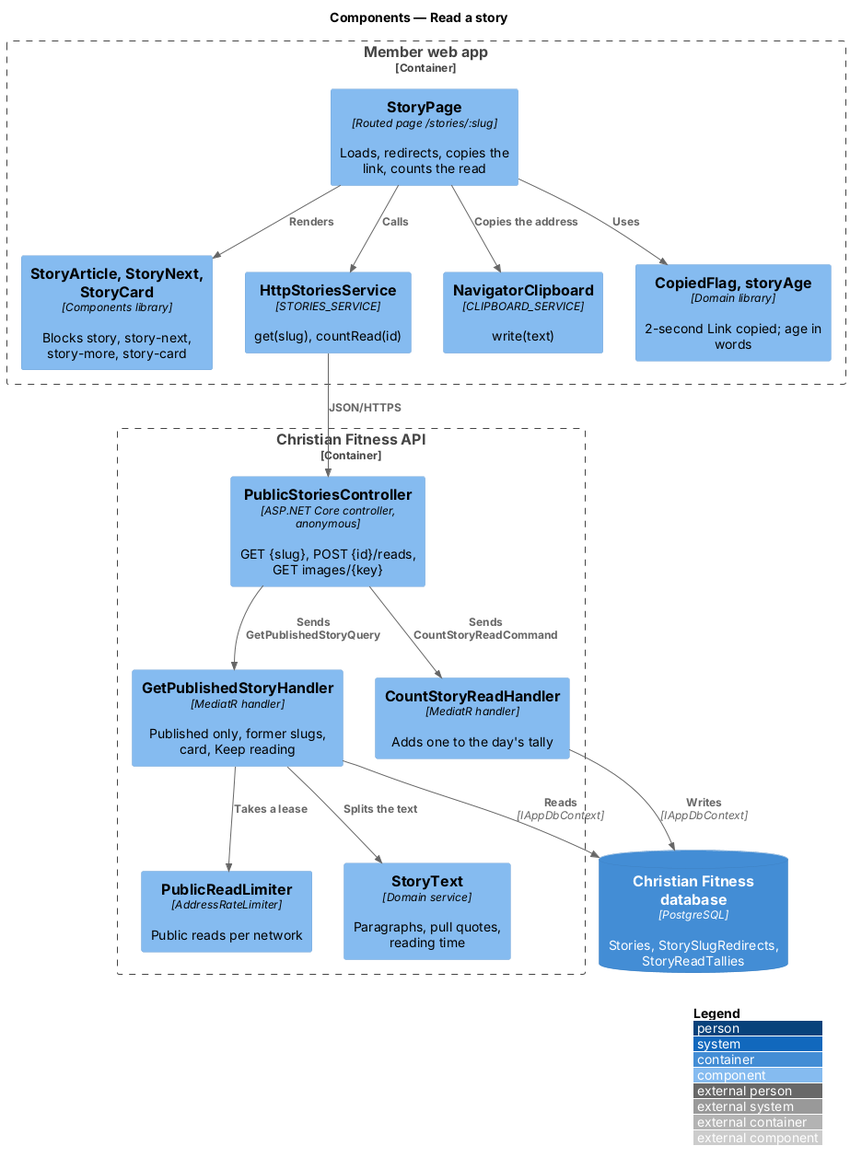
Above: docs/detailed-designs/news/read-story/diagrams/c4-component.png in QuinntyneBrown/christian-fitness (PlantUML), before the change. Its source is kept beside it as docs/detailed-designs/news/read-story/diagrams/c4-component.puml. Source of this version:
```plantuml
@startuml
!include <C4/C4_Component>
LAYOUT_WITH_LEGEND()
title Components — Read a story

Container_Boundary(web, "Member web app") {
  Component(page, "StoryPage", "Routed page /stories/:slug", "Loads, redirects, copies the link, counts the read")
  Component(article, "StoryArticle, StoryNext, StoryCard", "Components library", "Blocks story, story-next, story-more, story-card")
  Component(client, "HttpStoriesService", "STORIES_SERVICE", "get(slug), countRead(id)")
  Component(clip, "NavigatorClipboard", "CLIPBOARD_SERVICE", "write(text)")
  Component(copied, "CopiedFlag, storyAge", "Domain library", "2-second Link copied; age in words")
}
Container_Boundary(api, "Christian Fitness API") {
  Component(ctrl, "PublicStoriesController", "ASP.NET Core controller, anonymous", "GET {slug}, POST {id}/reads, GET images/{key}")
  Component(q, "GetPublishedStoryHandler", "MediatR handler", "Published only, former slugs, card, Keep reading")
  Component(c, "CountStoryReadHandler", "MediatR handler", "Adds one to the day's tally")
  Component(limit, "PublicReadLimiter", "AddressRateLimiter", "Public reads per network")
  Component(text, "StoryText", "Domain service", "Paragraphs, pull quotes, reading time")
}
ContainerDb(db, "Christian Fitness database", "PostgreSQL", "Stories, StorySlugRedirects, StoryReadTallies")
Rel(page, client, "Calls")
Rel(page, article, "Renders")
Rel(page, clip, "Copies the address")
Rel(page, copied, "Uses")
Rel(client, ctrl, "JSON/HTTPS")
Rel(ctrl, q, "Sends GetPublishedStoryQuery")
Rel(ctrl, c, "Sends CountStoryReadCommand")
Rel(q, limit, "Takes a lease")
Rel(q, text, "Splits the text")
Rel(q, db, "Reads", "IAppDbContext")
Rel(c, db, "Writes", "IAppDbContext")
@enduml
```
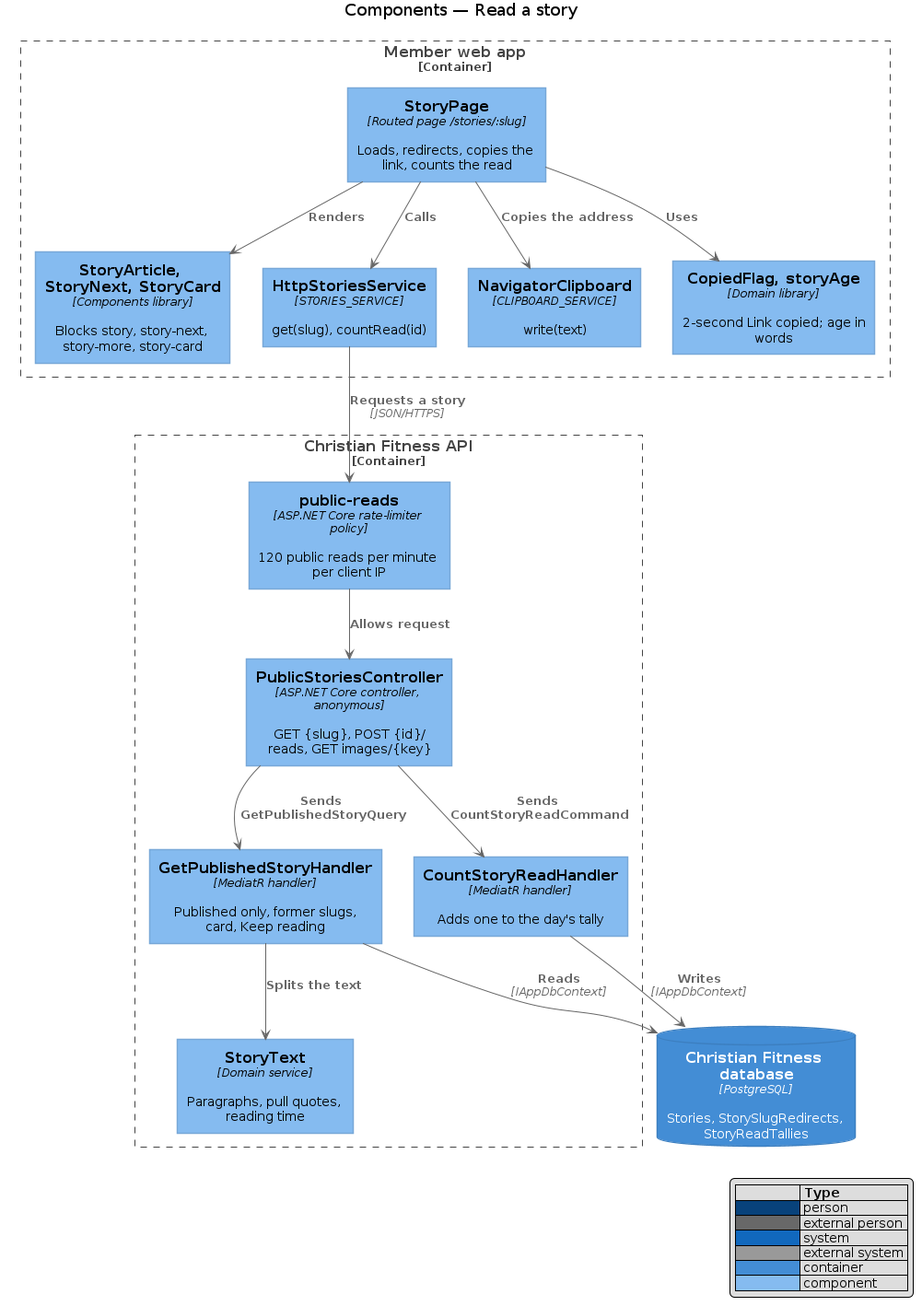
The same file after the commit.

Commit message:
Align story and feed designs with public read decisions

Change to the diagram source:
```diff
@@ -14,7 +14,7 @@
   Component(ctrl, "PublicStoriesController", "ASP.NET Core controller, anonymous", "GET {slug}, POST {id}/reads, GET images/{key}")
   Component(q, "GetPublishedStoryHandler", "MediatR handler", "Published only, former slugs, card, Keep reading")
   Component(c, "CountStoryReadHandler", "MediatR handler", "Adds one to the day's tally")
-  Component(limit, "PublicReadLimiter", "AddressRateLimiter", "Public reads per network")
+  Component(limit, "public-reads", "ASP.NET Core rate-limiter policy", "120 public reads per minute per client IP")
   Component(text, "StoryText", "Domain service", "Paragraphs, pull quotes, reading time")
 }
 ContainerDb(db, "Christian Fitness database", "PostgreSQL", "Stories, StorySlugRedirects, StoryReadTallies")
@@ -22,10 +22,10 @@
 Rel(page, article, "Renders")
 Rel(page, clip, "Copies the address")
 Rel(page, copied, "Uses")
-Rel(client, ctrl, "JSON/HTTPS")
+Rel(client, limit, "Requests a story", "JSON/HTTPS")
+Rel(limit, ctrl, "Allows request")
 Rel(ctrl, q, "Sends GetPublishedStoryQuery")
 Rel(ctrl, c, "Sends CountStoryReadCommand")
-Rel(q, limit, "Takes a lease")
 Rel(q, text, "Splits the text")
 Rel(q, db, "Reads", "IAppDbContext")
 Rel(c, db, "Writes", "IAppDbContext")
```
